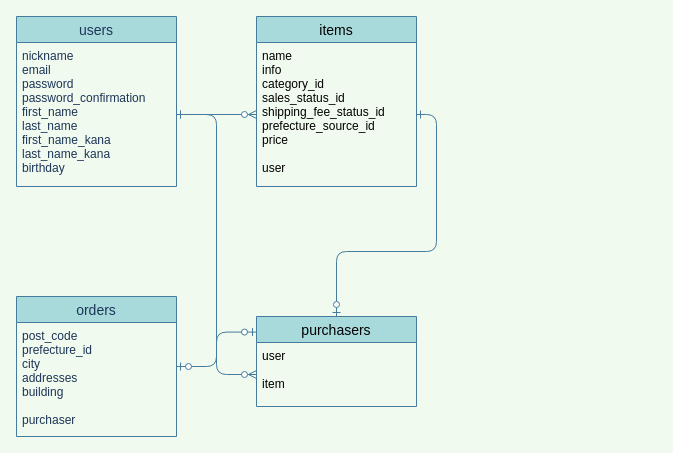
megustaEevee/furima-30553 keeps this draw.io diagram as er.dio. Above is the earlier version. Source tidied: cells renumbered, new cells numbered last; positions are measured from the earlier drawing's top-left corner, leaving out a move shared by most shapes. Both pictures are drawn from the tidied source at 100%, with x=0, y=0 at pixel (16, 16).
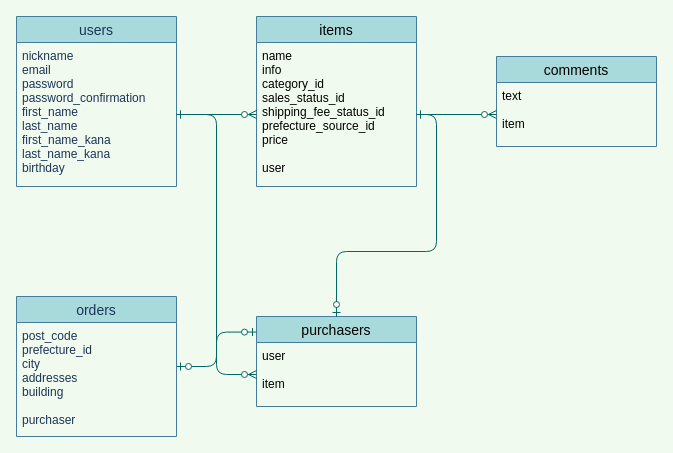
Above is the later version.

What changed in the source:
```diff
@@
 <mxGraphModel background="#F1FAEE">
   <root>
     <mxCell id="0" />
     <mxCell id="1" parent="0" />
     <mxCell id="2" value="users" style="swimlane;fontStyle=0;horizontal=1;startSize=26;align=center;fontSize=14;fillColor=#A8DADC;strokeColor=#457B9D;fontColor=#1D3557;" parent="1" vertex="1">
       <mxGeometry width="160" height="170" as="geometry" />
     </mxCell>
     <mxCell id="3" value="nickname&#10;email&#10;password&#10;password_confirmation&#10;first_name&#10;last_name&#10;first_name_kana&#10;last_name_kana&#10;birthday" style="text;strokeColor=none;fillColor=none;spacingLeft=4;spacingRight=4;overflow=hidden;points=[[0,0.5],[1,0.5]];portConstraint=eastwest;fontSize=12;fontColor=#1D3557;" parent="2" vertex="1">
       <mxGeometry y="26" width="160" height="144" as="geometry" />
     </mxCell>
     <mxCell id="4" value="purchasers" style="swimlane;fontStyle=0;horizontal=1;startSize=26;align=center;fontSize=14;rounded=0;sketch=0;strokeColor=#457B9D;fillColor=#A8DADC;fontColor=#000000;" parent="1" vertex="1">
       <mxGeometry x="240" y="300" width="160" height="90" as="geometry" />
     </mxCell>
     <mxCell id="5" value="user&#10;&#10;item" style="text;strokeColor=none;fillColor=none;spacingLeft=4;spacingRight=4;overflow=hidden;points=[[0,0.5],[1,0.5]];portConstraint=eastwest;fontSize=12;fontColor=#000000;" parent="4" vertex="1">
       <mxGeometry y="26" width="160" height="64" as="geometry" />
     </mxCell>
-    <mxCell id="6" value="items" style="swimlane;fontStyle=0;horizontal=1;startSize=26;align=center;fontSize=14;rounded=0;sketch=0;strokeColor=#457B9D;fillColor=#A8DADC;fontColor=#000000;" parent="1" vertex="1">
+    <mxCell id="6" value="items" style="swimlane;fontStyle=0;horizontal=1;startSize=26;align=center;fontSize=14;rounded=0;sketch=0;strokeColor=#457B9D;fontColor=#000000;fillColor=#A8DADC;" parent="1" vertex="1">
       <mxGeometry x="240" width="160" height="170" as="geometry" />
     </mxCell>
     <mxCell id="7" value="name&#10;info&#10;category_id&#10;sales_status_id&#10;shipping_fee_status_id&#10;prefecture_source_id&#10;price&#10;&#10;user" style="text;strokeColor=none;fillColor=none;spacingLeft=4;spacingRight=4;overflow=hidden;points=[[0,0.5],[1,0.5]];portConstraint=eastwest;fontSize=12;fontColor=#000000;" parent="6" vertex="1">
       <mxGeometry y="26" width="160" height="144" as="geometry" />
     </mxCell>
-    <mxCell id="8" style="edgeStyle=orthogonalEdgeStyle;curved=0;rounded=1;sketch=0;jettySize=auto;html=1;entryX=0;entryY=0.5;entryDx=0;entryDy=0;endArrow=ERzeroToMany;endFill=1;strokeColor=#457B9D;fillColor=#A8DADC;fontColor=#000000;startArrow=ERone;startFill=0;" parent="1" edge="1" source="3" target="7">
+    <mxCell id="8" style="edgeStyle=orthogonalEdgeStyle;curved=0;rounded=1;sketch=0;jettySize=auto;html=1;entryX=0;entryY=0.5;entryDx=0;entryDy=0;endArrow=ERzeroToMany;endFill=1;fillColor=#A8DADC;fontColor=#000000;startArrow=ERone;startFill=0;strokeColor=#006666;" parent="1" edge="1" source="3" target="7">
       <mxGeometry relative="1" as="geometry" />
     </mxCell>
-    <mxCell id="9" style="edgeStyle=orthogonalEdgeStyle;curved=0;rounded=1;sketch=0;jettySize=auto;html=1;exitX=1;exitY=0.5;exitDx=0;exitDy=0;entryX=0;entryY=0.5;entryDx=0;entryDy=0;startArrow=ERone;startFill=0;endArrow=ERzeroToMany;endFill=1;strokeColor=#457B9D;fillColor=#A8DADC;fontColor=#000000;" parent="1" edge="1" source="3" target="5">
+    <mxCell id="9" style="edgeStyle=orthogonalEdgeStyle;curved=0;rounded=1;sketch=0;jettySize=auto;html=1;exitX=1;exitY=0.5;exitDx=0;exitDy=0;entryX=0;entryY=0.5;entryDx=0;entryDy=0;startArrow=ERone;startFill=0;endArrow=ERzeroToMany;endFill=1;fillColor=#A8DADC;fontColor=#000000;strokeColor=#006666;" parent="1" edge="1" source="3" target="5">
       <mxGeometry relative="1" as="geometry" />
     </mxCell>
-    <mxCell id="10" style="edgeStyle=orthogonalEdgeStyle;curved=0;rounded=1;sketch=0;jettySize=auto;html=1;exitX=1;exitY=0.5;exitDx=0;exitDy=0;entryX=0.5;entryY=0;entryDx=0;entryDy=0;startArrow=ERone;startFill=0;endArrow=ERzeroToOne;endFill=1;strokeColor=#457B9D;fillColor=#A8DADC;fontColor=#000000;" parent="1" edge="1" source="7" target="4">
+    <mxCell id="10" style="edgeStyle=orthogonalEdgeStyle;curved=0;rounded=1;sketch=0;jettySize=auto;html=1;exitX=1;exitY=0.5;exitDx=0;exitDy=0;entryX=0.5;entryY=0;entryDx=0;entryDy=0;startArrow=ERone;startFill=0;endArrow=ERzeroToOne;endFill=1;fillColor=#A8DADC;fontColor=#000000;strokeColor=#006666;" parent="1" edge="1" source="7" target="4">
       <mxGeometry relative="1" as="geometry" />
     </mxCell>
-    <mxCell id="11" style="edgeStyle=orthogonalEdgeStyle;curved=0;rounded=1;sketch=0;jettySize=auto;html=1;entryX=0;entryY=0.173;entryDx=0;entryDy=0;entryPerimeter=0;startArrow=ERzeroToOne;startFill=1;endArrow=ERzeroToOne;endFill=1;strokeColor=#457B9D;fillColor=#A8DADC;fontColor=#000000;" parent="1" edge="1" source="12" target="4">
+    <mxCell id="11" style="edgeStyle=orthogonalEdgeStyle;curved=0;rounded=1;sketch=0;jettySize=auto;html=1;entryX=0;entryY=0.173;entryDx=0;entryDy=0;entryPerimeter=0;startArrow=ERzeroToOne;startFill=1;endArrow=ERzeroToOne;endFill=1;fillColor=#A8DADC;fontColor=#000000;strokeColor=#006666;" parent="1" edge="1" source="12" target="4">
       <mxGeometry relative="1" as="geometry" />
     </mxCell>
     <mxCell id="12" value="orders" style="swimlane;fontStyle=0;horizontal=1;startSize=26;align=center;fontSize=14;fillColor=#A8DADC;strokeColor=#457B9D;fontColor=#1D3557;" parent="1" vertex="1">
       <mxGeometry y="280" width="160" height="140" as="geometry" />
     </mxCell>
     <mxCell id="13" value="post_code&#10;prefecture_id&#10;city&#10;addresses&#10;building&#10;&#10;purchaser" style="text;strokeColor=none;fillColor=none;spacingLeft=4;spacingRight=4;overflow=hidden;fontSize=12;fontColor=#1D3557;" parent="12" vertex="1">
       <mxGeometry y="26" width="160" height="114" as="geometry" />
     </mxCell>
+    <mxCell id="14" value="comments" style="swimlane;fontStyle=0;horizontal=1;startSize=26;align=center;fontSize=14;rounded=0;sketch=0;strokeColor=#457B9D;fillColor=#A8DADC;fontColor=#000000;" parent="1" vertex="1">
+      <mxGeometry x="480" y="40" width="160" height="90" as="geometry" />
+    </mxCell>
+    <mxCell id="15" value="text&#10; &#10;item" style="text;strokeColor=none;fillColor=none;spacingLeft=4;spacingRight=4;overflow=hidden;points=[[0,0.5],[1,0.5]];portConstraint=eastwest;fontSize=12;fontColor=#000000;" parent="14" vertex="1">
+      <mxGeometry y="26" width="160" height="64" as="geometry" />
+    </mxCell>
+    <mxCell id="16" style="edgeStyle=orthogonalEdgeStyle;rounded=0;jettySize=auto;html=1;exitX=1;exitY=0.5;exitDx=0;exitDy=0;entryX=0;entryY=0.5;entryDx=0;entryDy=0;startArrow=ERone;startFill=0;endArrow=ERzeroToMany;endFill=1;strokeColor=#006666;" parent="1" edge="1" source="7" target="15">
+      <mxGeometry relative="1" as="geometry" />
+    </mxCell>
   </root>
 </mxGraphModel>
```
